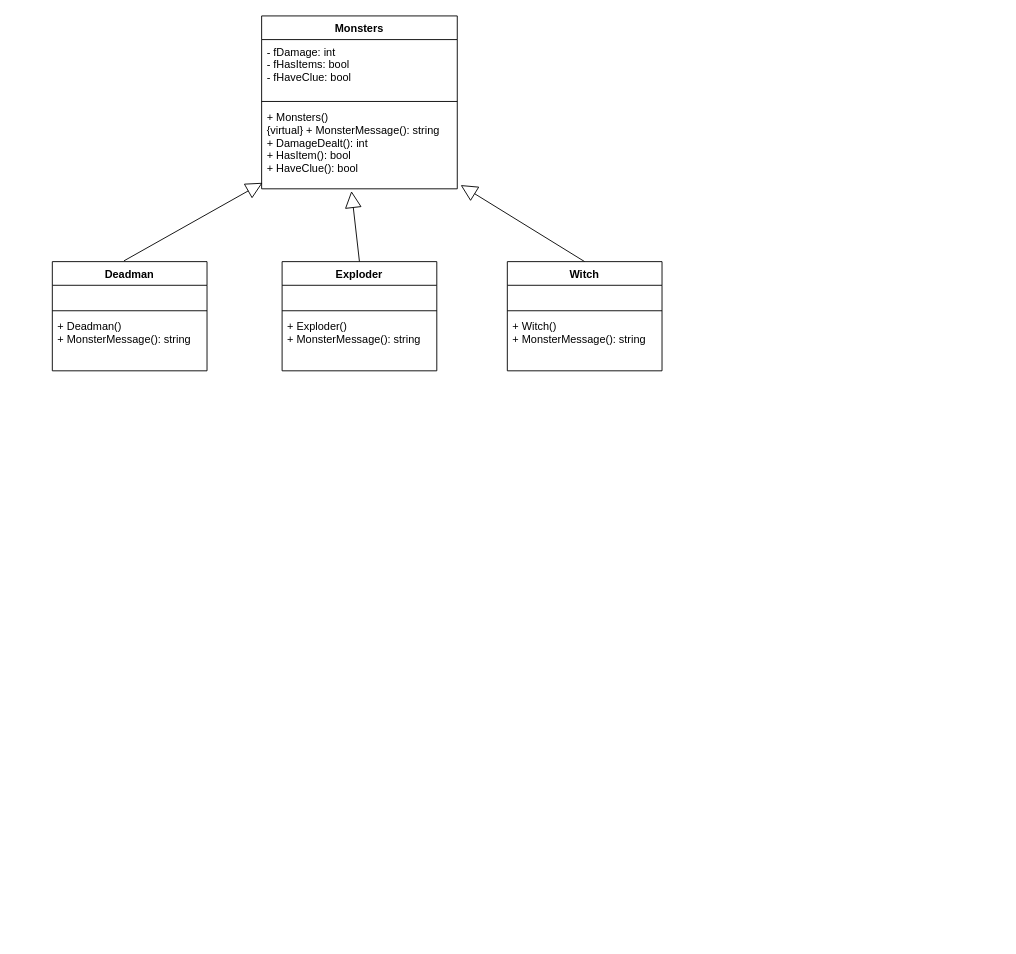
Above: DP1Diagrams.drawio in LastMinuteBanter/DistinctionTaskUML (draw.io), before the change. Source tidied: cells renumbered, new cells numbered last; positions are measured from the earlier drawing's top-left corner, leaving out a move shared by most shapes. Both pictures are drawn from the tidied source at 91%, with x=0, y=0 at pixel (52, 15).
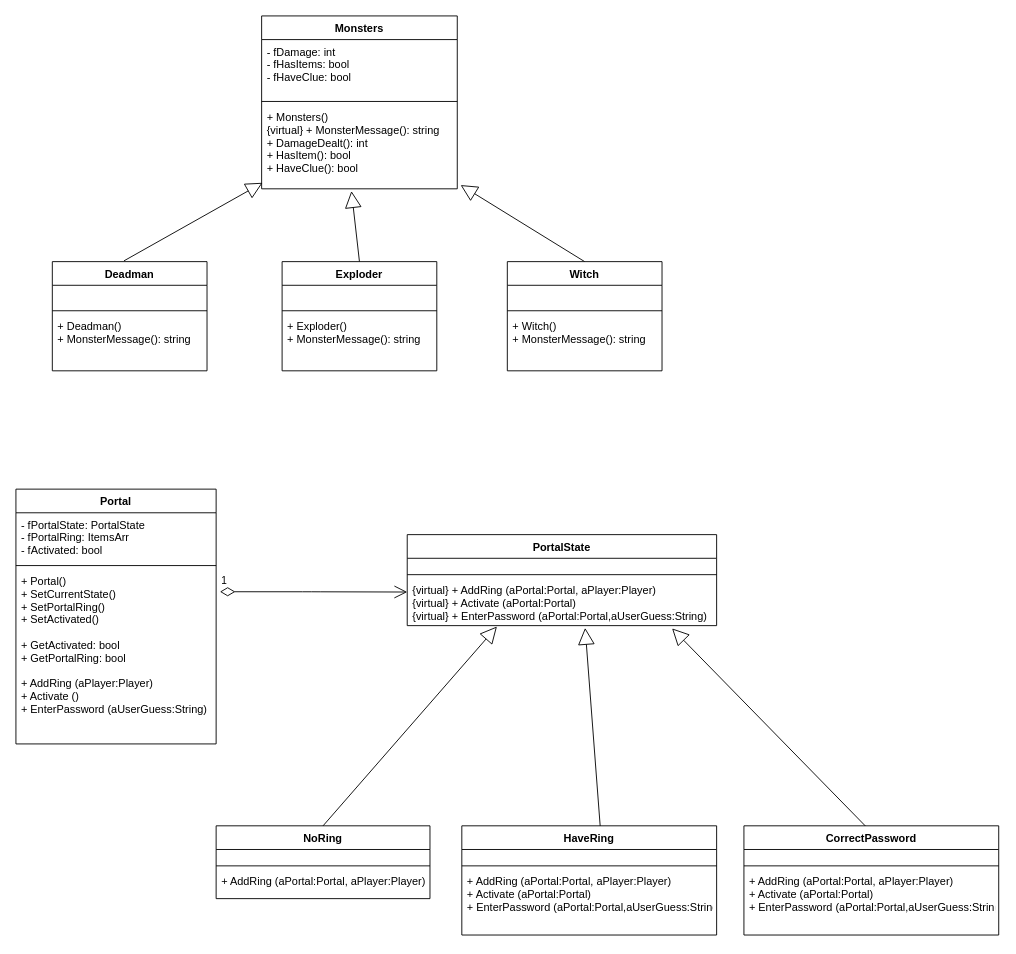
After the change.

Diff of the diagram source:
```diff
@@
+    <mxCell id="21" value="NoRing" style="swimlane;fontStyle=1;align=center;verticalAlign=top;horizontal=1;startSize=26;" parent="1" vertex="1">
+      <mxGeometry x="180" y="890" width="235" height="80" as="geometry" />
+    </mxCell>
+    <mxCell id="22" value="&#10;" style="text;strokeColor=none;fillColor=none;align=left;verticalAlign=top;spacingLeft=4;spacingRight=4;overflow=hidden;" parent="21" vertex="1">
+      <mxGeometry y="26" width="235" height="14" as="geometry" />
+    </mxCell>
+    <mxCell id="23" style="line;strokeWidth=1;fillColor=none;align=left;verticalAlign=middle;spacingTop=-1;spacingLeft=3;spacingRight=3;labelPosition=right;" parent="21" vertex="1">
+      <mxGeometry y="40" width="235" height="8" as="geometry" />
+    </mxCell>
+    <mxCell id="24" value="+ AddRing (aPortal:Portal, aPlayer:Player)" style="text;strokeColor=none;fillColor=none;align=left;verticalAlign=top;spacingLeft=4;spacingRight=4;overflow=hidden;" parent="21" vertex="1">
+      <mxGeometry y="48" width="235" height="32" as="geometry" />
+    </mxCell>
+    <mxCell id="25" value="HaveRing" style="swimlane;fontStyle=1;align=center;verticalAlign=top;horizontal=1;startSize=26;" parent="1" vertex="1">
+      <mxGeometry x="450" y="890" width="280" height="120" as="geometry" />
+    </mxCell>
+    <mxCell id="26" value="&#10;" style="text;strokeColor=none;fillColor=none;align=left;verticalAlign=top;spacingLeft=4;spacingRight=4;overflow=hidden;" parent="25" vertex="1">
+      <mxGeometry y="26" width="280" height="14" as="geometry" />
+    </mxCell>
+    <mxCell id="27" style="line;strokeWidth=1;fillColor=none;align=left;verticalAlign=middle;spacingTop=-1;spacingLeft=3;spacingRight=3;labelPosition=right;" parent="25" vertex="1">
+      <mxGeometry y="40" width="280" height="8" as="geometry" />
+    </mxCell>
+    <mxCell id="28" value="+ AddRing (aPortal:Portal, aPlayer:Player)&#10;+ Activate (aPortal:Portal)&#10;+ EnterPassword (aPortal:Portal,aUserGuess:String" style="text;strokeColor=none;fillColor=none;align=left;verticalAlign=top;spacingLeft=4;spacingRight=4;overflow=hidden;" parent="25" vertex="1">
+      <mxGeometry y="48" width="280" height="72" as="geometry" />
+    </mxCell>
+    <mxCell id="29" value="CorrectPassword" style="swimlane;fontStyle=1;align=center;verticalAlign=top;horizontal=1;startSize=26;" parent="1" vertex="1">
+      <mxGeometry x="760" y="890" width="280" height="120" as="geometry" />
+    </mxCell>
+    <mxCell id="30" value="&#10;" style="text;strokeColor=none;fillColor=none;align=left;verticalAlign=top;spacingLeft=4;spacingRight=4;overflow=hidden;" parent="29" vertex="1">
+      <mxGeometry y="26" width="280" height="14" as="geometry" />
+    </mxCell>
+    <mxCell id="31" style="line;strokeWidth=1;fillColor=none;align=left;verticalAlign=middle;spacingTop=-1;spacingLeft=3;spacingRight=3;labelPosition=right;" parent="29" vertex="1">
+      <mxGeometry y="40" width="280" height="8" as="geometry" />
+    </mxCell>
+    <mxCell id="32" value="+ AddRing (aPortal:Portal, aPlayer:Player)&#10;+ Activate (aPortal:Portal)&#10;+ EnterPassword (aPortal:Portal,aUserGuess:String" style="text;strokeColor=none;fillColor=none;align=left;verticalAlign=top;spacingLeft=4;spacingRight=4;overflow=hidden;" parent="29" vertex="1">
+      <mxGeometry y="48" width="280" height="72" as="geometry" />
+    </mxCell>
+    <mxCell id="33" value="1" style="endArrow=open;html=1;endSize=12;startArrow=diamondThin;startSize=14;startFill=0;edgeStyle=orthogonalEdgeStyle;align=left;verticalAlign=bottom;exitX=1.019;exitY=0.129;exitDx=0;exitDy=0;exitPerimeter=0;entryX=0;entryY=0.29;entryDx=0;entryDy=0;entryPerimeter=0;" parent="1" edge="1" source="44" target="40">
+      <mxGeometry x="-1" y="3" relative="1" as="geometry" />
+    </mxCell>
+    <mxCell id="34" style="endArrow=block;endSize=16;endFill=0;html=1;exitX=0.5;exitY=0;exitDx=0;exitDy=0;entryX=0.29;entryY=1.019;entryDx=0;entryDy=0;entryPerimeter=0;" parent="1" edge="1" source="21" target="40">
+      <mxGeometry relative="1" as="geometry" />
+    </mxCell>
+    <mxCell id="35" style="endArrow=block;endSize=16;endFill=0;html=1;exitX=0.543;exitY=0.001;exitDx=0;exitDy=0;entryX=0.575;entryY=1.048;entryDx=0;entryDy=0;entryPerimeter=0;exitPerimeter=0;" parent="1" edge="1" source="25" target="40">
+      <mxGeometry relative="1" as="geometry" />
+    </mxCell>
+    <mxCell id="36" style="endArrow=block;endSize=16;endFill=0;html=1;exitX=0.543;exitY=0.001;exitDx=0;exitDy=0;entryX=0.856;entryY=1.059;entryDx=0;entryDy=0;entryPerimeter=0;exitPerimeter=0;" parent="1" edge="1" target="40">
+      <mxGeometry relative="1" as="geometry">
+        <mxPoint x="893.4" y="890.1" as="sourcePoint" />
+      </mxGeometry>
+    </mxCell>
+    <mxCell id="37" value="PortalState" style="swimlane;fontStyle=1;align=center;verticalAlign=top;horizontal=1;startSize=26;" parent="1" vertex="1">
+      <mxGeometry x="390" y="570" width="340" height="100" as="geometry" />
+    </mxCell>
+    <mxCell id="38" value="&#10;" style="text;strokeColor=none;fillColor=none;align=left;verticalAlign=top;spacingLeft=4;spacingRight=4;overflow=hidden;" parent="37" vertex="1">
+      <mxGeometry y="26" width="340" height="14" as="geometry" />
+    </mxCell>
+    <mxCell id="39" style="line;strokeWidth=1;fillColor=none;align=left;verticalAlign=middle;spacingTop=-1;spacingLeft=3;spacingRight=3;labelPosition=right;" parent="37" vertex="1">
+      <mxGeometry y="40" width="340" height="8" as="geometry" />
+    </mxCell>
+    <mxCell id="40" value="{virtual} + AddRing (aPortal:Portal, aPlayer:Player)&#10;{virtual} + Activate (aPortal:Portal)&#10;{virtual} + EnterPassword (aPortal:Portal,aUserGuess:String)" style="text;strokeColor=none;fillColor=none;align=left;verticalAlign=top;spacingLeft=4;spacingRight=4;overflow=hidden;points=[[0,0.5],[1,0.5]];portConstraint=eastwest;" parent="37" vertex="1">
+      <mxGeometry y="48" width="340" height="52" as="geometry" />
+    </mxCell>
+    <mxCell id="41" value="Portal" style="swimlane;fontStyle=1;align=center;verticalAlign=top;horizontal=1;startSize=26;" parent="1" vertex="1">
+      <mxGeometry x="-40" y="520" width="220" height="280" as="geometry" />
+    </mxCell>
+    <mxCell id="42" value="- fPortalState: PortalState&#10;- fPortalRing: ItemsArr&#10;- fActivated: bool&#10;" style="text;strokeColor=none;fillColor=none;align=left;verticalAlign=top;spacingLeft=4;spacingRight=4;overflow=hidden;" parent="41" vertex="1">
+      <mxGeometry y="26" width="220" height="54" as="geometry" />
+    </mxCell>
+    <mxCell id="43" style="line;strokeWidth=1;fillColor=none;align=left;verticalAlign=middle;spacingTop=-1;spacingLeft=3;spacingRight=3;labelPosition=right;" parent="41" vertex="1">
+      <mxGeometry y="80" width="220" height="8" as="geometry" />
+    </mxCell>
+    <mxCell id="44" value="+ Portal()&#10;+ SetCurrentState()&#10;+ SetPortalRing()&#10;+ SetActivated()&#10;&#10;+ GetActivated: bool&#10;+ GetPortalRing: bool&#10;&#10;+ AddRing (aPlayer:Player)&#10;+ Activate ()&#10;+ EnterPassword (aUserGuess:String)&#10;&#10;&#10;&#10;" style="text;strokeColor=none;fillColor=none;align=left;verticalAlign=top;spacingLeft=4;spacingRight=4;overflow=hidden;points=[[0,0.5],[1,0.5]];portConstraint=eastwest;" parent="41" vertex="1">
+      <mxGeometry y="88" width="220" height="192" as="geometry" />
+    </mxCell>
```
